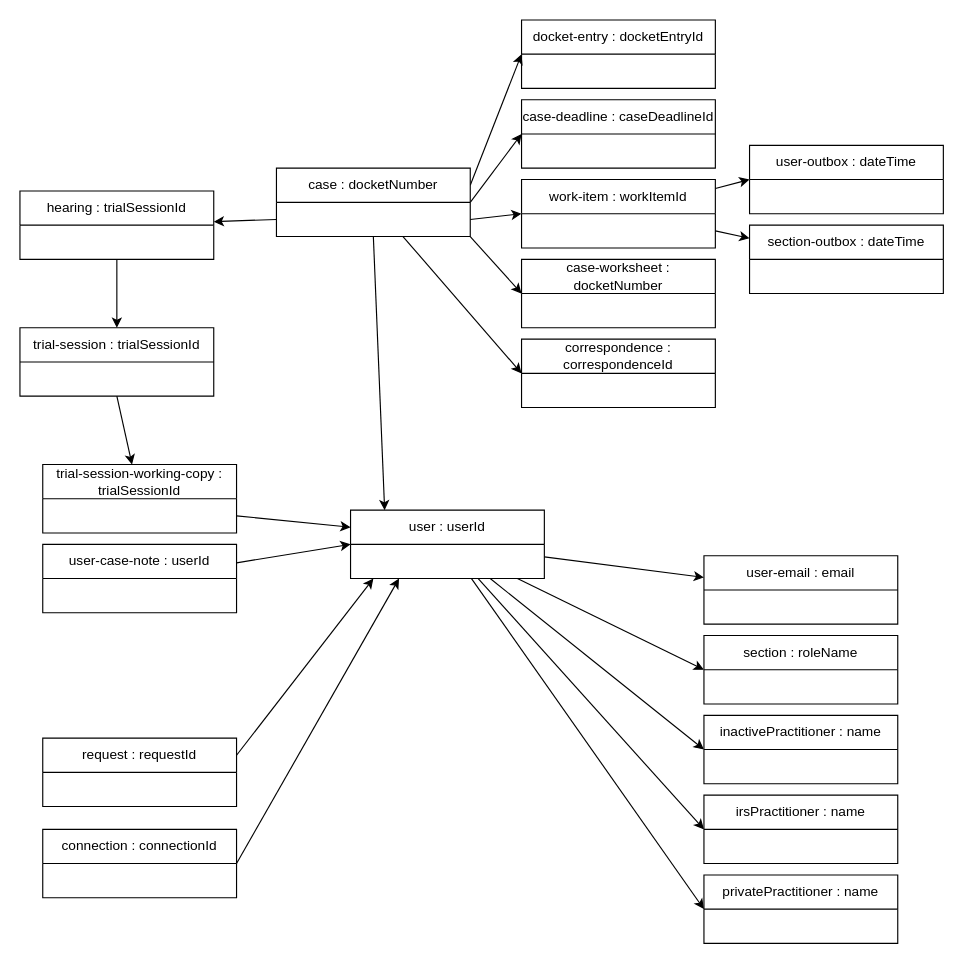
This is docs/postgres/dynamo-db-entities.drawio from ustaxcourt/ef-cms, a draw.io file, before an edit. Source tidied: cells renumbered, new cells numbered last; positions are measured from the earlier drawing's top-left corner, leaving out a move shared by most shapes. Both pictures are drawn from the tidied source at 114%, with x=0, y=0 at pixel (19, 19).
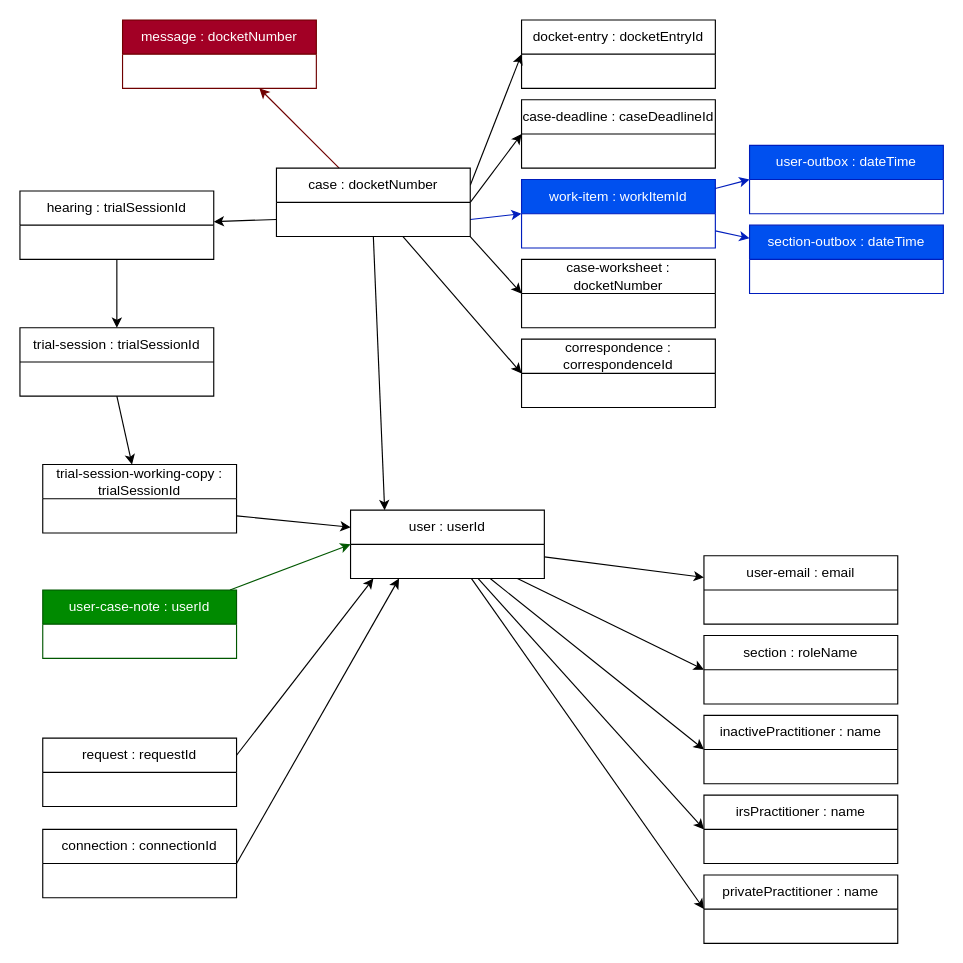
After the change.

Commit message:
10391: update dynamodb current state

The change refers to these unchanged cells:
```xml
<mxCell id="9" value="case : docketNumber" style="swimlane;fontStyle=0;horizontal=1;startSize=30;whiteSpace=wrap;html=1;" parent="1" vertex="1">
  <mxGeometry x="225" y="130" width="170" height="60" as="geometry" />
</mxCell>
<mxCell id="20" value="user : userId" style="swimlane;fontStyle=0;horizontal=1;startSize=30;whiteSpace=wrap;html=1;" parent="1" vertex="1">
  <mxGeometry x="290" y="430" width="170" height="60" as="geometry" />
</mxCell>
```

What changed in the source:
```diff
@@
-    <mxCell id="4" style="edgeStyle=none;html=1;entryX=0;entryY=0.5;entryDx=0;entryDy=0;fontColor=#FFFFFF;exitX=1;exitY=0.75;exitDx=0;exitDy=0;" parent="1" edge="1" source="9" target="14">
+    <mxCell id="4" style="edgeStyle=none;html=1;entryX=0;entryY=0.5;entryDx=0;entryDy=0;fontColor=#FFFFFF;exitX=1;exitY=0.75;exitDx=0;exitDy=0;fillColor=#0050ef;strokeColor=#001DBC;" parent="1" edge="1" source="9" target="14">
       <mxGeometry relative="1" as="geometry" />
     </mxCell>
@@
+    <mxCell id="42" style="edgeStyle=none;html=1;fillColor=#a20025;strokeColor=#6F0000;" parent="1" edge="1" source="9">
+      <mxGeometry relative="1" as="geometry">
+        <mxPoint x="210" y="60" as="targetPoint" />
+      </mxGeometry>
+    </mxCell>
@@
-    <mxCell id="12" style="edgeStyle=none;html=1;exitX=1;exitY=0.75;exitDx=0;exitDy=0;" parent="1" edge="1" source="14" target="40">
+    <mxCell id="12" style="edgeStyle=none;html=1;exitX=1;exitY=0.75;exitDx=0;exitDy=0;fillColor=#0050ef;strokeColor=#001DBC;" parent="1" edge="1" source="14" target="40">
       <mxGeometry relative="1" as="geometry" />
     </mxCell>
-    <mxCell id="13" style="edgeStyle=none;html=1;entryX=0;entryY=0.5;entryDx=0;entryDy=0;" parent="1" edge="1" source="14" target="41">
+    <mxCell id="13" style="edgeStyle=none;html=1;entryX=0;entryY=0.5;entryDx=0;entryDy=0;fillColor=#0050ef;strokeColor=#001DBC;" parent="1" edge="1" source="14" target="41">
       <mxGeometry relative="1" as="geometry" />
     </mxCell>
-    <mxCell id="14" value="work-item : workItemId" style="swimlane;fontStyle=0;horizontal=1;startSize=30;whiteSpace=wrap;html=1;" parent="1" vertex="1">
+    <mxCell id="14" value="work-item : workItemId" style="swimlane;fontStyle=0;horizontal=1;startSize=30;whiteSpace=wrap;html=1;fillColor=#0050ef;fontColor=#ffffff;strokeColor=#001DBC;" parent="1" vertex="1">
       <mxGeometry x="440" y="140" width="170" height="60" as="geometry" />
     </mxCell>
@@
-    <mxCell id="34" style="edgeStyle=none;html=1;entryX=0;entryY=0.5;entryDx=0;entryDy=0;" parent="1" edge="1" source="35" target="20">
+    <mxCell id="34" style="edgeStyle=none;html=1;entryX=0;entryY=0.5;entryDx=0;entryDy=0;fillColor=#008a00;strokeColor=#005700;" parent="1" edge="1" source="35" target="20">
       <mxGeometry relative="1" as="geometry" />
     </mxCell>
-    <mxCell id="35" value="user-case-note : userId" style="swimlane;fontStyle=0;horizontal=1;startSize=30;whiteSpace=wrap;html=1;" parent="1" vertex="1">
-      <mxGeometry x="20" y="460" width="170" height="60" as="geometry" />
+    <mxCell id="35" value="user-case-note : userId" style="swimlane;fontStyle=0;horizontal=1;startSize=30;whiteSpace=wrap;html=1;fillColor=#008a00;fontColor=#ffffff;strokeColor=#005700;" parent="1" vertex="1">
+      <mxGeometry x="20" y="500" width="170" height="60" as="geometry" />
     </mxCell>
@@
-    <mxCell id="40" value="section-outbox : dateTime" style="swimlane;fontStyle=0;horizontal=1;startSize=30;whiteSpace=wrap;html=1;" parent="1" vertex="1">
+    <mxCell id="40" value="section-outbox : dateTime" style="swimlane;fontStyle=0;horizontal=1;startSize=30;whiteSpace=wrap;html=1;fillColor=#0050ef;fontColor=#ffffff;strokeColor=#001DBC;" parent="1" vertex="1">
       <mxGeometry x="640" y="180" width="170" height="60" as="geometry" />
     </mxCell>
-    <mxCell id="41" value="user-outbox : dateTime" style="swimlane;fontStyle=0;horizontal=1;startSize=30;whiteSpace=wrap;html=1;" parent="1" vertex="1">
+    <mxCell id="41" value="user-outbox : dateTime" style="swimlane;fontStyle=0;horizontal=1;startSize=30;whiteSpace=wrap;html=1;fillColor=#0050ef;fontColor=#ffffff;strokeColor=#001DBC;" parent="1" vertex="1">
       <mxGeometry x="640" y="110" width="170" height="60" as="geometry" />
     </mxCell>
+    <mxCell id="43" value="message : docketNumber" style="swimlane;fontStyle=0;horizontal=1;startSize=30;whiteSpace=wrap;html=1;fillColor=#a20025;fontColor=#ffffff;strokeColor=#6F0000;" parent="1" vertex="1">
+      <mxGeometry x="90" width="170" height="60" as="geometry" />
+    </mxCell>
```
